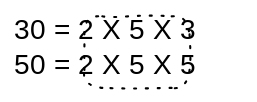
Before: .gitbook/assets/file.excalidraw (13).svg, a diagram exported from Excalidraw (Junnyjun/junlog). Source tidied: one line per element, renumbered; positions are measured from the earlier drawing's top-left corner, leaving out a move shared by most shapes. Its diagram source:
```json
{"id": 0, "type": "rectangle", "strokeColor": "#000000", "strokeWidth": 1, "strokeStyle": "dotted", "roughness": 1, "round": true, "x": 50, "y": 2, "width": 75, "height": 51}
{"id": 1, "type": "text", "text": "30 = 2 X 5 X 3\n50 = 2 X 5 X 5", "strokeColor": "#000000", "strokeWidth": 1, "roughness": 1, "fontSize": 20, "fontFamily": 1, "x": 0, "y": 0, "width": 164, "height": 50}
```
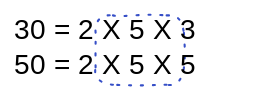
Later version of the same file.

Commit message:
GITBOOK-904: change request with no subject merged in GitBook

What changed in the source:
```diff
@@ -1,2 +1,2 @@
-{"id": 0, "type": "rectangle", "strokeColor": "#000000", "strokeWidth": 1, "strokeStyle": "dotted", "roughness": 1, "round": true, "x": 50, "y": 2, "width": 75, "height": 51}
+{"id": 0, "type": "rectangle", "strokeColor": "#364fc7", "strokeWidth": 1, "strokeStyle": "dotted", "roughness": 1, "round": true, "x": 58, "y": 1, "width": 63, "height": 50}
 {"id": 1, "type": "text", "text": "30 = 2 X 5 X 3\n50 = 2 X 5 X 5", "strokeColor": "#000000", "strokeWidth": 1, "roughness": 1, "fontSize": 20, "fontFamily": 1, "x": 0, "y": 0, "width": 164, "height": 50}
```
